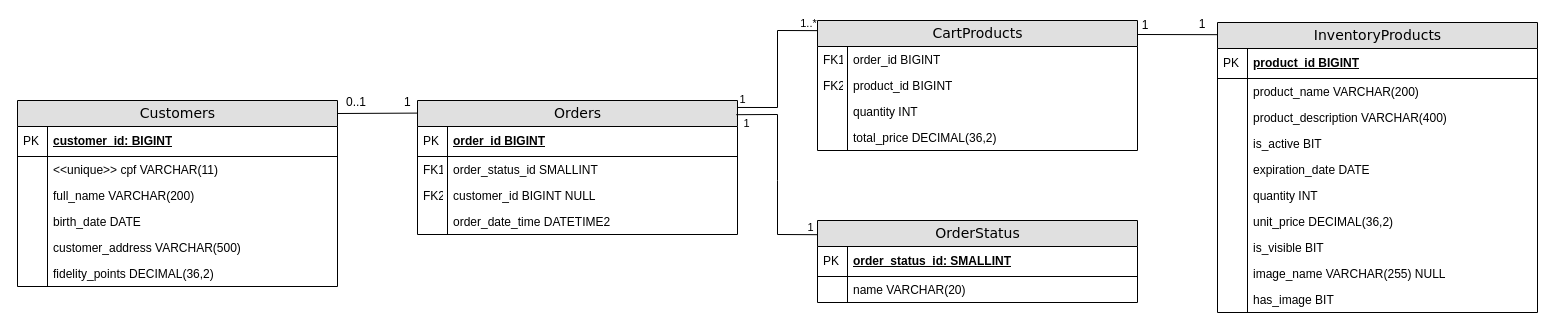
Before: Projeto_Final/TropPizza/documentation/diagrams/sql_diagram.drawio in lauterjung/troptech, a draw.io diagram. Source tidied: cells renumbered, new cells numbered last; positions are measured from the earlier drawing's top-left corner, leaving out a move shared by most shapes. Both pictures are drawn from the tidied source at 100%, with x=0, y=0 at pixel (17, 20).
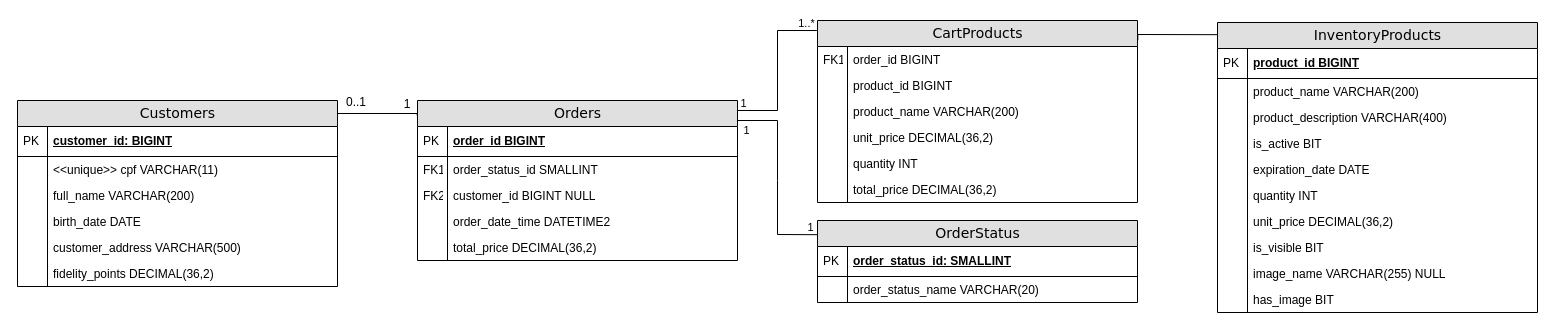
Above is the later version.

The change refers to these unchanged cells:
```xml
<mxCell id="45" value="OrderStatus" style="swimlane;html=1;fontStyle=0;horizontal=1;startSize=26;fillColor=#e0e0e0;swimlaneFillColor=#ffffff;align=center;rounded=0;shadow=0;comic=0;labelBackgroundColor=none;strokeWidth=1;fontFamily=Verdana;fontSize=14;" parent="1" vertex="1">
  <mxGeometry x="800" y="200" width="320" height="82" as="geometry" />
</mxCell>
<mxCell id="53" value="product_id BIGINT" style="shape=partialRectangle;top=0;left=0;right=0;bottom=0;html=1;align=left;verticalAlign=top;fillColor=none;spacingLeft=34;spacingRight=4;whiteSpace=wrap;overflow=hidden;" parent="50" vertex="1">
  <mxGeometry y="52" width="320" height="26" as="geometry" />
</mxCell>
<mxCell id="62" style="endArrow=none;shadow=0;strokeWidth=1;rounded=0;endFill=0;edgeStyle=elbowEdgeStyle;elbow=vertical;exitX=-0.001;exitY=0.042;exitDx=0;exitDy=0;exitPerimeter=0;entryX=1.001;entryY=0.109;entryDx=0;entryDy=0;entryPerimeter=0;" parent="1" edge="1" source="15" target="50">
  <mxGeometry x="0.5" y="41" relative="1" as="geometry">
    <Array as="points">
      <mxPoint x="1160" y="14" />
    </Array>
    <mxPoint x="-40" y="32" as="offset" />
  </mxGeometry>
</mxCell>
```

Change to the diagram source:
```diff
@@
     <mxCell id="36" value="Orders" style="swimlane;html=1;fontStyle=0;horizontal=1;startSize=26;fillColor=#e0e0e0;swimlaneFillColor=#ffffff;align=center;rounded=0;shadow=0;comic=0;labelBackgroundColor=none;strokeWidth=1;fontFamily=Verdana;fontSize=14;" parent="1" vertex="1">
-      <mxGeometry x="400" y="80" width="320" height="134" as="geometry" />
+      <mxGeometry x="400" y="80" width="320" height="160" as="geometry" />
     </mxCell>
@@
+    <mxCell id="71" value="total_price DECIMAL(36,2)" style="shape=partialRectangle;top=0;left=0;right=0;bottom=0;html=1;align=left;verticalAlign=top;fillColor=none;spacingLeft=34;spacingRight=4;whiteSpace=wrap;overflow=hidden;" parent="36" vertex="1">
+      <mxGeometry y="134" width="320" height="26" as="geometry" />
+    </mxCell>
+    <mxCell id="72" style="shape=partialRectangle;top=0;left=0;bottom=0;html=1;fillColor=none;align=left;verticalAlign=top;spacingLeft=4;spacingRight=4;whiteSpace=wrap;overflow=hidden;" parent="71" vertex="1">
+      <mxGeometry width="30" height="26" as="geometry" />
+    </mxCell>
@@
-    <mxCell id="48" value="name VARCHAR(20)" style="shape=partialRectangle;top=0;left=0;right=0;bottom=0;html=1;align=left;verticalAlign=top;fillColor=none;spacingLeft=34;spacingRight=4;whiteSpace=wrap;overflow=hidden;" parent="45" vertex="1">
+    <mxCell id="48" value="order_status_name VARCHAR(20)" style="shape=partialRectangle;top=0;left=0;right=0;bottom=0;html=1;align=left;verticalAlign=top;fillColor=none;spacingLeft=34;spacingRight=4;whiteSpace=wrap;overflow=hidden;" parent="45" vertex="1">
       <mxGeometry y="56" width="320" height="26" as="geometry" />
     </mxCell>
@@
     <mxCell id="50" value="CartProducts" style="swimlane;html=1;fontStyle=0;horizontal=1;startSize=26;fillColor=#e0e0e0;swimlaneFillColor=#ffffff;align=center;rounded=0;shadow=0;comic=0;labelBackgroundColor=none;strokeWidth=1;fontFamily=Verdana;fontSize=14;" parent="1" vertex="1">
-      <mxGeometry x="800" width="320" height="130" as="geometry" />
+      <mxGeometry x="800" width="320" height="182" as="geometry" />
     </mxCell>
@@
-    <mxCell id="54" value="FK2" style="shape=partialRectangle;top=0;left=0;bottom=0;html=1;fillColor=none;align=left;verticalAlign=top;spacingLeft=4;spacingRight=4;whiteSpace=wrap;overflow=hidden;" parent="53" vertex="1">
+    <mxCell id="54" style="shape=partialRectangle;top=0;left=0;bottom=0;html=1;fillColor=none;align=left;verticalAlign=top;spacingLeft=4;spacingRight=4;whiteSpace=wrap;overflow=hidden;" parent="53" vertex="1">
       <mxGeometry width="30" height="26" as="geometry" />
     </mxCell>
+    <mxCell id="73" value="product_name VARCHAR(200)" style="shape=partialRectangle;top=0;left=0;right=0;bottom=0;html=1;align=left;verticalAlign=top;fillColor=none;spacingLeft=34;spacingRight=4;whiteSpace=wrap;overflow=hidden;" parent="50" vertex="1">
+      <mxGeometry y="78" width="320" height="26" as="geometry" />
+    </mxCell>
+    <mxCell id="74" style="shape=partialRectangle;top=0;left=0;bottom=0;html=1;fillColor=none;align=left;verticalAlign=top;spacingLeft=4;spacingRight=4;whiteSpace=wrap;overflow=hidden;" parent="73" vertex="1">
+      <mxGeometry width="30" height="26" as="geometry" />
+    </mxCell>
+    <mxCell id="75" value="unit_price DECIMAL(36,2)" style="shape=partialRectangle;top=0;left=0;right=0;bottom=0;html=1;align=left;verticalAlign=top;fillColor=none;spacingLeft=34;spacingRight=4;whiteSpace=wrap;overflow=hidden;" parent="50" vertex="1">
+      <mxGeometry y="104" width="320" height="26" as="geometry" />
+    </mxCell>
+    <mxCell id="76" style="shape=partialRectangle;top=0;left=0;bottom=0;html=1;fillColor=none;align=left;verticalAlign=top;spacingLeft=4;spacingRight=4;whiteSpace=wrap;overflow=hidden;" parent="75" vertex="1">
+      <mxGeometry width="30" height="26" as="geometry" />
+    </mxCell>
     <mxCell id="55" value="quantity INT" style="shape=partialRectangle;top=0;left=0;right=0;bottom=0;html=1;align=left;verticalAlign=top;fillColor=none;spacingLeft=34;spacingRight=4;whiteSpace=wrap;overflow=hidden;" parent="50" vertex="1">
-      <mxGeometry y="78" width="320" height="26" as="geometry" />
+      <mxGeometry y="130" width="320" height="26" as="geometry" />
     </mxCell>
@@
     <mxCell id="57" value="total_price DECIMAL(36,2)" style="shape=partialRectangle;top=0;left=0;right=0;bottom=0;html=1;align=left;verticalAlign=top;fillColor=none;spacingLeft=34;spacingRight=4;whiteSpace=wrap;overflow=hidden;" parent="50" vertex="1">
-      <mxGeometry y="104" width="320" height="26" as="geometry" />
+      <mxGeometry y="156" width="320" height="26" as="geometry" />
     </mxCell>
@@
-    <mxCell id="63" value="1" style="align=left;verticalAlign=bottom;labelBackgroundColor=none;fontSize=12;" parent="62" vertex="1">
-      <mxGeometry x="-1" relative="1" as="geometry">
-        <mxPoint x="-20" y="-2" as="offset" />
-      </mxGeometry>
-    </mxCell>
-    <mxCell id="64" value="1" style="align=right;verticalAlign=bottom;labelBackgroundColor=none;fontSize=12;" parent="62" vertex="1">
-      <mxGeometry x="1" relative="1" as="geometry">
-        <mxPoint x="12" y="-1" as="offset" />
-      </mxGeometry>
-    </mxCell>
-    <mxCell id="65" style="endArrow=none;html=1;rounded=0;fontColor=#FF0000;exitX=0.996;exitY=0.106;exitDx=0;exitDy=0;exitPerimeter=0;entryX=-0.001;entryY=0.173;entryDx=0;entryDy=0;entryPerimeter=0;" parent="1" edge="1" source="36" target="45">
+    <mxCell id="65" style="endArrow=none;html=1;rounded=0;fontColor=#FF0000;entryX=-0.001;entryY=0.173;entryDx=0;entryDy=0;entryPerimeter=0;" parent="1" edge="1" target="45">
       <mxGeometry relative="1" as="geometry">
+        <mxPoint x="720" y="100" as="sourcePoint" />
         <Array as="points">
-          <mxPoint x="760" y="94" />
+          <mxPoint x="760" y="100" />
           <mxPoint x="760" y="160" />
           <mxPoint x="760" y="214" />
         </Array>
       </mxGeometry>
     </mxCell>
@@
-    <mxCell id="68" style="endArrow=none;html=1;rounded=0;fontColor=#FF0000;exitX=1.001;exitY=0.052;exitDx=0;exitDy=0;exitPerimeter=0;entryX=-0.001;entryY=0.078;entryDx=0;entryDy=0;entryPerimeter=0;" parent="1" edge="1" source="36" target="50">
+    <mxCell id="68" style="endArrow=none;html=1;rounded=0;fontColor=#FF0000;entryX=-0.002;entryY=0.055;entryDx=0;entryDy=0;entryPerimeter=0;" parent="1" edge="1" target="50">
       <mxGeometry relative="1" as="geometry">
+        <mxPoint x="720" y="90" as="sourcePoint" />
         <Array as="points">
-          <mxPoint x="760" y="87" />
+          <mxPoint x="760" y="90" />
           <mxPoint x="760" y="10" />
         </Array>
       </mxGeometry>
     </mxCell>
```
